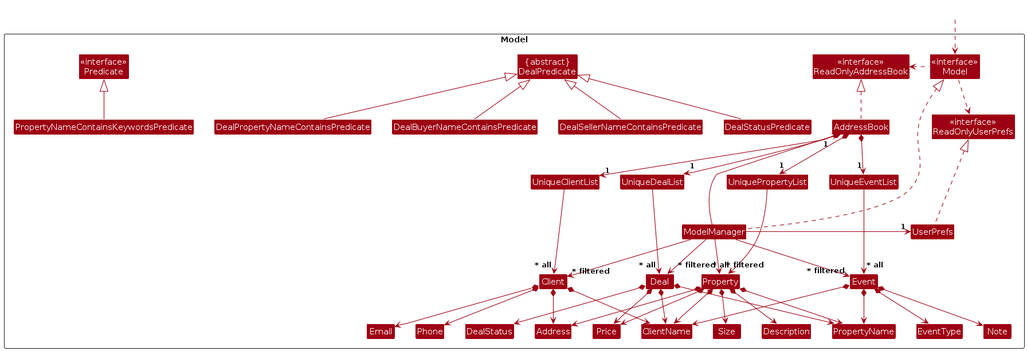
The PlantUML diagram diagrams/ModelClassDiagram.png in kumar2215/tp, before a commit. Its source is kept beside it as diagrams/ModelClassDiagram.puml. The source it was exported from:
```plantuml
@startuml
!include style.puml
skinparam arrowThickness 1.1
skinparam arrowColor MODEL_COLOR
skinparam classBackgroundColor MODEL_COLOR

Package Model as ModelPackage <<Rectangle>>{
Class "<<interface>>\nReadOnlyAddressBook" as ReadOnlyAddressBook
Class "<<interface>>\nReadOnlyUserPrefs" as ReadOnlyUserPrefs
Class "<<interface>>\nModel" as Model
Class "<<interface>>\nPredicate" as Predicate
Class AddressBook
Class ModelManager
Class PropertyNameContainsKeywordsPredicate
Class UserPrefs

Class UniqueClientList
Class Client
Class Address
Class Email
Class ClientName
Class Phone

Class UniqueDealList
Class Deal
Class DealStatus
Class "{abstract}\nDealPredicate" as DealPredicate
Class DealPropertyNameContainsPredicate
Class DealBuyerNameContainsPredicate
Class DealSellerNameContainsPredicate
Class DealStatusPredicate

Class UniqueEventList
Class Event
Class EventType
Class Note

Class UniquePropertyList
Class Property
Class PropertyName
Class Size
Class Description
Class Price

Class I #FFFFFF
}

Class HiddenOutside #FFFFFF
HiddenOutside ..> Model

AddressBook .up.|> ReadOnlyAddressBook

ModelManager ..up..|> Model
Model .right.> ReadOnlyUserPrefs
Model .left.> ReadOnlyAddressBook
ModelManager -left-> "1" AddressBook
ModelManager -right-> "1" UserPrefs
PropertyNameContainsKeywordsPredicate -up-|> Predicate
UserPrefs .up.|> ReadOnlyUserPrefs

AddressBook *--> "1" UniqueClientList
AddressBook *--> "1" UniqueDealList
AddressBook *--> "1" UniqueEventList
AddressBook *--> "1" UniquePropertyList

UniqueClientList ---> "~* all" Client
Client *--> ClientName
Client *--> Phone
Client *--> Email
Client *--> Address

UniqueDealList ---> "~* all" Deal
Deal *--> DealStatus
Deal *--> ClientName
Deal *--> PropertyName
Deal *--> Price

DealPropertyNameContainsPredicate -up-|> DealPredicate
DealBuyerNameContainsPredicate -up-|> DealPredicate
DealSellerNameContainsPredicate -up-|> DealPredicate
DealStatusPredicate -up-|> DealPredicate

UniqueEventList ---> "~* all" Event
Event *--> EventType
Event *--> ClientName
Event *--> PropertyName
Event *--> Note

UniquePropertyList ---> "~* all" Property
Property *--> PropertyName
Property *--> Size
Property *--> Price
Property *--> Description
Property *--> Address
Property *--> ClientName

Client -[hidden]up--> I
UniqueClientList -[hidden]right-> I

ClientName -[hidden]right-> Phone
Phone -[hidden]right-> Address
Address -[hidden]right-> Email

ModelManager --> "~* filtered" Client
ModelManager --> "~* filtered" Deal
ModelManager --> "~* filtered" Event
ModelManager --> "~* filtered" Property
@enduml
```
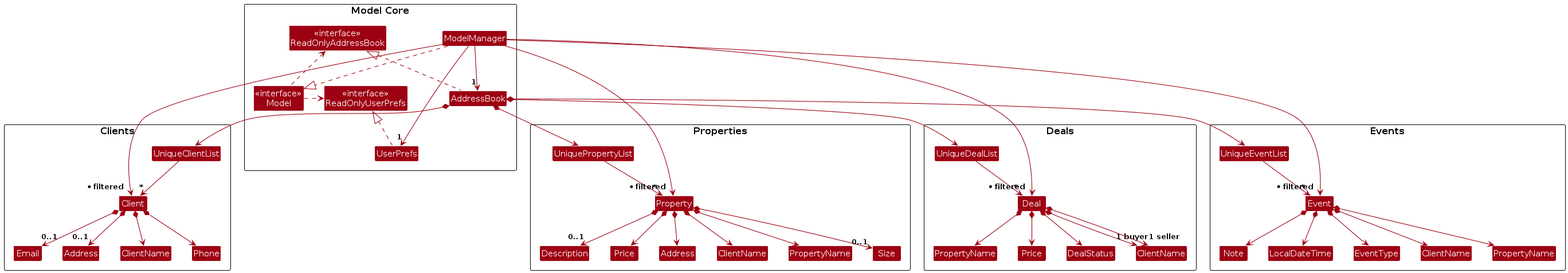
Above is the later version.

The edit, as a diff of the source:
```diff
@@ -4,105 +4,102 @@
 skinparam arrowColor MODEL_COLOR
 skinparam classBackgroundColor MODEL_COLOR
 
-Package Model as ModelPackage <<Rectangle>>{
-Class "<<interface>>\nReadOnlyAddressBook" as ReadOnlyAddressBook
-Class "<<interface>>\nReadOnlyUserPrefs" as ReadOnlyUserPrefs
-Class "<<interface>>\nModel" as Model
-Class "<<interface>>\nPredicate" as Predicate
-Class AddressBook
-Class ModelManager
-Class PropertyNameContainsKeywordsPredicate
-Class UserPrefs
+package "Model Core" {
+  class "<<interface>>\nModel" as Model
+  class "<<interface>>\nReadOnlyAddressBook" as ReadOnlyAddressBook
+  class "<<interface>>\nReadOnlyUserPrefs" as ReadOnlyUserPrefs
+  class AddressBook
+  class ModelManager
+  class UserPrefs
 
-Class UniqueClientList
-Class Client
-Class Address
-Class Email
-Class ClientName
-Class Phone
-
-Class UniqueDealList
-Class Deal
-Class DealStatus
-Class "{abstract}\nDealPredicate" as DealPredicate
-Class DealPropertyNameContainsPredicate
-Class DealBuyerNameContainsPredicate
-Class DealSellerNameContainsPredicate
-Class DealStatusPredicate
-
-Class UniqueEventList
-Class Event
-Class EventType
-Class Note
-
-Class UniquePropertyList
-Class Property
-Class PropertyName
-Class Size
-Class Description
-Class Price
-
-Class I #FFFFFF
+  ModelManager ..|> Model
+  AddressBook .up.|> ReadOnlyAddressBook
+  UserPrefs .up.|> ReadOnlyUserPrefs
+  Model .right.> ReadOnlyUserPrefs
+  Model .left.> ReadOnlyAddressBook
+  ModelManager --> "1" AddressBook
+  ModelManager --> "1" UserPrefs
 }
 
-Class HiddenOutside #FFFFFF
-HiddenOutside ..> Model
+package "Clients" {
+  class UniqueClientList
+  class Client
 
-AddressBook .up.|> ReadOnlyAddressBook
+  class ClientName
+  class Phone
+  class Email
+  class Address
 
-ModelManager ..up..|> Model
-Model .right.> ReadOnlyUserPrefs
-Model .left.> ReadOnlyAddressBook
-ModelManager -left-> "1" AddressBook
-ModelManager -right-> "1" UserPrefs
-PropertyNameContainsKeywordsPredicate -up-|> Predicate
-UserPrefs .up.|> ReadOnlyUserPrefs
+  UniqueClientList --> "*" Client
+  Client *--> ClientName
+  Client *--> Phone
+  Client *--> "0..1" Email
+  Client *--> "0..1" Address
+}
 
-AddressBook *--> "1" UniqueClientList
-AddressBook *--> "1" UniqueDealList
-AddressBook *--> "1" UniqueEventList
-AddressBook *--> "1" UniquePropertyList
+package "Deals" {
+  class UniqueDealList
+  class Deal
 
-UniqueClientList ---> "~* all" Client
-Client *--> ClientName
-Client *--> Phone
-Client *--> Email
-Client *--> Address
+  class DealStatus
+  class ClientName
+  class PropertyName
+  class Price
 
-UniqueDealList ---> "~* all" Deal
-Deal *--> DealStatus
-Deal *--> ClientName
-Deal *--> PropertyName
-Deal *--> Price
+  UniqueDealList --> "*" Deal
+  Deal *--> "1 buyer" ClientName
+  Deal *--> "1 seller" ClientName
+  Deal *--> DealStatus
+  Deal *--> PropertyName
+  Deal *--> Price
+}
 
-DealPropertyNameContainsPredicate -up-|> DealPredicate
-DealBuyerNameContainsPredicate -up-|> DealPredicate
-DealSellerNameContainsPredicate -up-|> DealPredicate
-DealStatusPredicate -up-|> DealPredicate
+package "Properties" {
+  class UniquePropertyList
+  class Property
 
-UniqueEventList ---> "~* all" Event
-Event *--> EventType
-Event *--> ClientName
-Event *--> PropertyName
-Event *--> Note
+  class PropertyName
+  class Size
+  class Description
+  class Price
+  class Address
+  class ClientName
 
-UniquePropertyList ---> "~* all" Property
-Property *--> PropertyName
-Property *--> Size
-Property *--> Price
-Property *--> Description
-Property *--> Address
-Property *--> ClientName
+  UniquePropertyList --> "*" Property
+  Property *--> PropertyName
+  Property *--> "0..1" Size
+  Property *--> Price
+  Property *--> "0..1" Description
+  Property *--> Address
+  Property *--> ClientName
+}
 
-Client -[hidden]up--> I
-UniqueClientList -[hidden]right-> I
+package "Events" {
+  class UniqueEventList
+  class Event
 
-ClientName -[hidden]right-> Phone
-Phone -[hidden]right-> Address
-Address -[hidden]right-> Email
+  class EventType
+  class ClientName
+  class PropertyName
+  class Note
+  class LocalDateTime
 
-ModelManager --> "~* filtered" Client
-ModelManager --> "~* filtered" Deal
-ModelManager --> "~* filtered" Event
-ModelManager --> "~* filtered" Property
+  UniqueEventList --> "*" Event
+  Event *--> EventType
+  Event *--> ClientName
+  Event *--> PropertyName
+  Event *--> Note
+  Event *--> LocalDateTime
+}
+
+AddressBook *--> UniqueClientList
+AddressBook *--> UniqueDealList
+AddressBook *--> UniqueEventList
+AddressBook *--> UniquePropertyList
+
+ModelManager --> "* filtered" Client
+ModelManager --> "* filtered" Deal
+ModelManager --> "* filtered" Property
+ModelManager --> "* filtered" Event
+
 @enduml
```
